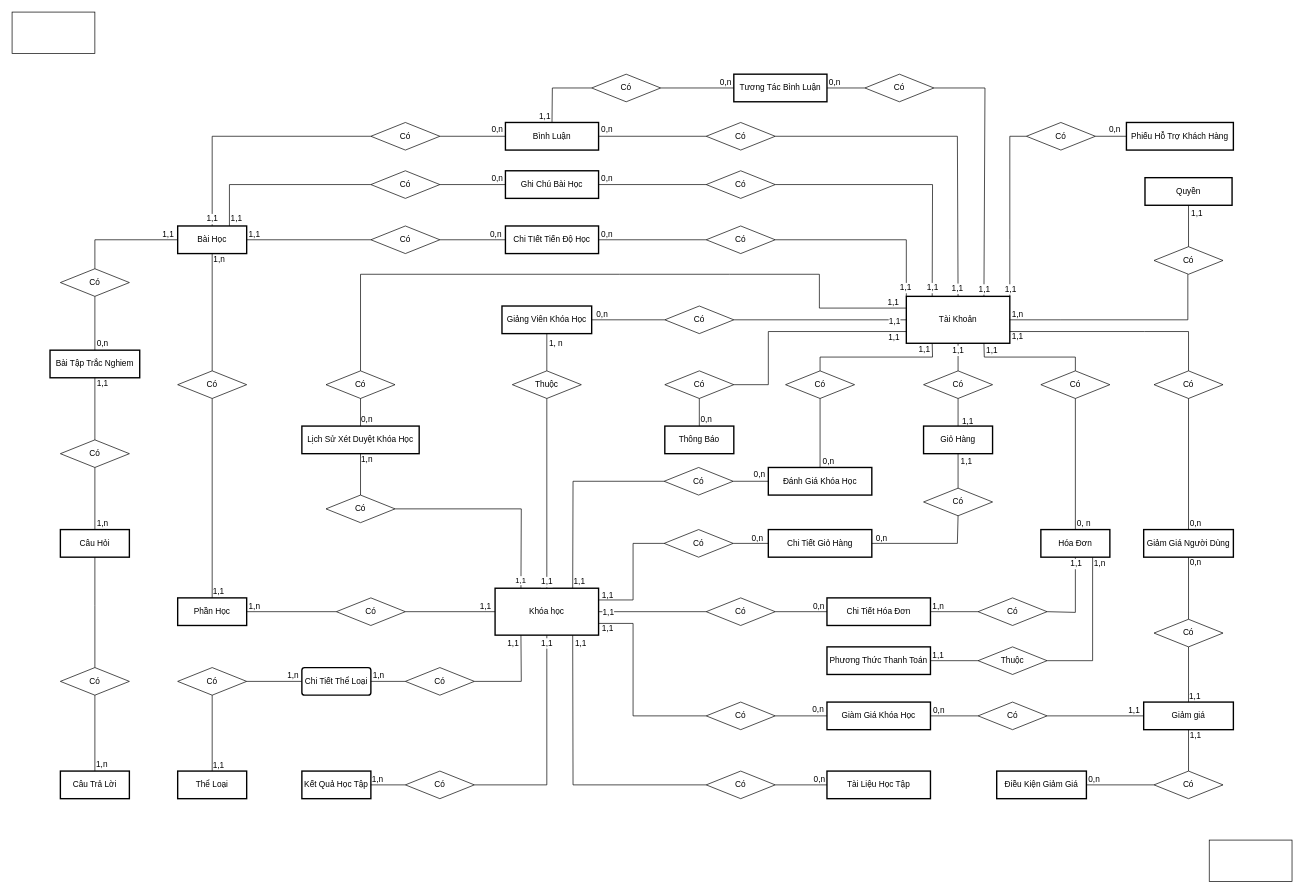
Above: Untitled Diagram.drawio in trantrung28122003/ERD (draw.io), before the change. Source tidied: cells renumbered, new cells numbered last; positions are measured from the earlier drawing's top-left corner, leaving out a move shared by most shapes. Both pictures are drawn from the tidied source at 69%, with x=0, y=0 at pixel (12, 12).
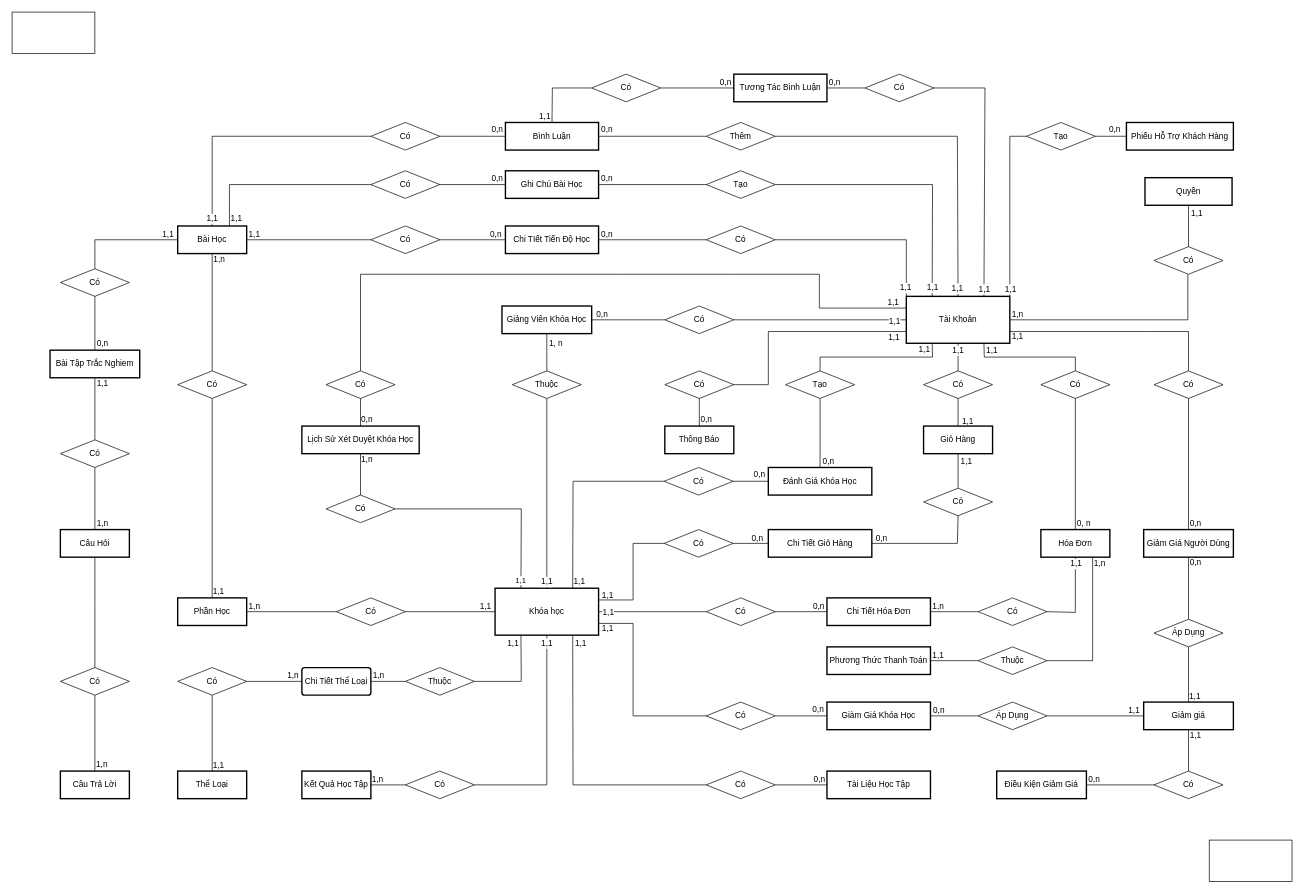
Above is the later version.

Change to the diagram source:
```diff
@@
-    <mxCell id="81" value="Có" style="shape=rhombus;perimeter=rhombusPerimeter;whiteSpace=wrap;html=1;align=center;fontSize=12;" parent="1" vertex="1">
+    <mxCell id="81" value="Áp Dụng" style="shape=rhombus;perimeter=rhombusPerimeter;whiteSpace=wrap;html=1;align=center;fontSize=12;" parent="1" vertex="1">
       <mxGeometry x="1400" y="1000" width="100" height="40" as="geometry" />
     </mxCell>
@@
-    <mxCell id="84" value="Có" style="shape=rhombus;perimeter=rhombusPerimeter;whiteSpace=wrap;html=1;align=center;fontSize=12;" parent="1" vertex="1">
+    <mxCell id="84" value="Áp Dụng" style="shape=rhombus;perimeter=rhombusPerimeter;whiteSpace=wrap;html=1;align=center;fontSize=12;" parent="1" vertex="1">
       <mxGeometry x="1655" y="880" width="100" height="40" as="geometry" />
     </mxCell>
@@
-    <mxCell id="93" value="Có" style="shape=rhombus;perimeter=rhombusPerimeter;whiteSpace=wrap;html=1;align=center;fontSize=12;" parent="1" vertex="1">
+    <mxCell id="93" value="Thuộc" style="shape=rhombus;perimeter=rhombusPerimeter;whiteSpace=wrap;html=1;align=center;fontSize=12;" parent="1" vertex="1">
       <mxGeometry x="570" y="950" width="100" height="40" as="geometry" />
     </mxCell>
@@
-    <mxCell id="106" value="Có" style="shape=rhombus;perimeter=rhombusPerimeter;whiteSpace=wrap;html=1;align=center;fontSize=12;" parent="1" vertex="1">
+    <mxCell id="106" value="Tạo" style="shape=rhombus;perimeter=rhombusPerimeter;whiteSpace=wrap;html=1;align=center;fontSize=12;" parent="1" vertex="1">
       <mxGeometry x="1006" y="230" width="100" height="40" as="geometry" />
     </mxCell>
@@
-    <mxCell id="113" value="Có" style="shape=rhombus;perimeter=rhombusPerimeter;whiteSpace=wrap;html=1;align=center;fontSize=12;" parent="1" vertex="1">
+    <mxCell id="113" value="Thêm" style="shape=rhombus;perimeter=rhombusPerimeter;whiteSpace=wrap;html=1;align=center;fontSize=12;" parent="1" vertex="1">
       <mxGeometry x="1006" y="160" width="100" height="40" as="geometry" />
     </mxCell>
@@
-    <mxCell id="119" value="Có" style="shape=rhombus;perimeter=rhombusPerimeter;whiteSpace=wrap;html=1;align=center;fontSize=12;" parent="1" vertex="1">
+    <mxCell id="119" value="Tạo" style="shape=rhombus;perimeter=rhombusPerimeter;whiteSpace=wrap;html=1;align=center;fontSize=12;" parent="1" vertex="1">
       <mxGeometry x="1121" y="520" width="100" height="40" as="geometry" />
     </mxCell>
@@
-    <mxCell id="161" value="Có" style="shape=rhombus;perimeter=rhombusPerimeter;whiteSpace=wrap;html=1;align=center;fontSize=12;" parent="1" vertex="1">
+    <mxCell id="161" value="Tạo" style="shape=rhombus;perimeter=rhombusPerimeter;whiteSpace=wrap;html=1;align=center;fontSize=12;" parent="1" vertex="1">
       <mxGeometry x="1470" y="160" width="100" height="40" as="geometry" />
     </mxCell>
```
